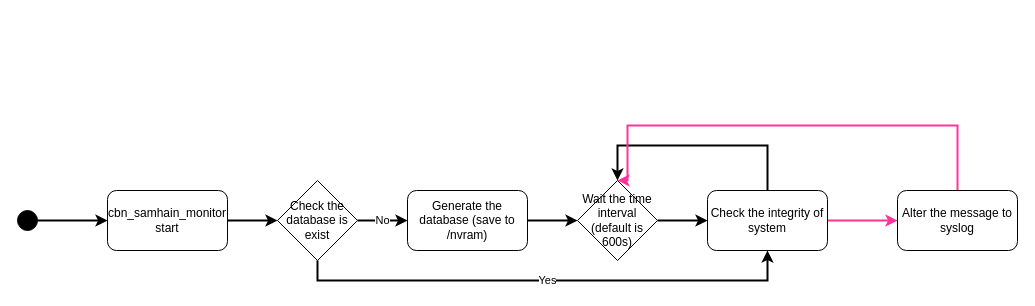
nelsonchung/drawio keeps this draw.io diagram as page "Samhain Monitor" (5 of 5) of GW7557.drawio. Above is the earlier version. Source tidied: cells renumbered, new cells numbered last; positions are measured from the earlier drawing's top-left corner, leaving out a move shared by most shapes. Both pictures are drawn from the tidied source at 100%, with x=0, y=0 at pixel (17, 125).
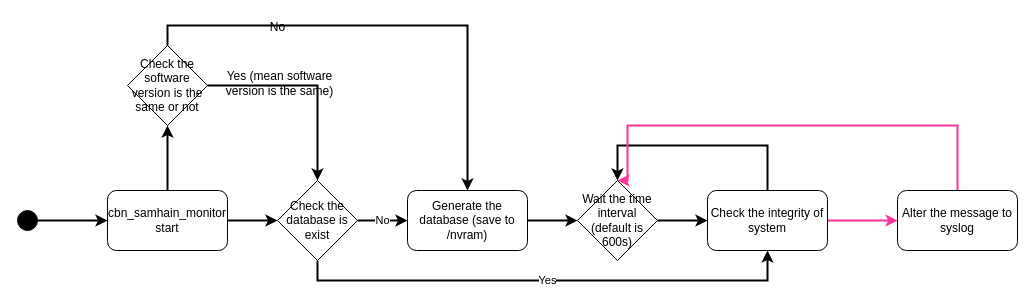
After the change.

The change refers to these unchanged cells:
```xml
<mxCell id="6" value="Check the database is exist" style="rhombus;whiteSpace=wrap;html=1;fillColor=none;align=center;" parent="1" vertex="1">
  <mxGeometry x="260" y="55" width="80" height="80" as="geometry" />
</mxCell>
<mxCell id="8" value="cbn_samhain_monitor&lt;br&gt;start" style="rounded=1;whiteSpace=wrap;html=1;fillColor=none;align=center;" parent="1" vertex="1">
  <mxGeometry x="90" y="65" width="120" height="60" as="geometry" />
</mxCell>
<mxCell id="10" value="Generate the database (save to /nvram)" style="rounded=1;whiteSpace=wrap;html=1;fillColor=none;align=center;" parent="1" vertex="1">
  <mxGeometry x="390" y="65" width="120" height="60" as="geometry" />
</mxCell>
```

Change to the diagram source:
```diff
@@
+    <mxCell id="18" style="edgeStyle=orthogonalEdgeStyle;rounded=0;jettySize=auto;html=1;exitX=0.5;exitY=0;exitDx=0;exitDy=0;entryX=0.5;entryY=1;entryDx=0;entryDy=0;startArrow=none;startFill=0;endArrow=classic;endFill=1;strokeColor=#000000;strokeWidth=2;" parent="1" edge="1" source="8" target="23">
+      <mxGeometry relative="1" as="geometry" />
+    </mxCell>
@@
+    <mxCell id="19" style="edgeStyle=orthogonalEdgeStyle;rounded=0;jettySize=auto;html=1;exitX=0.5;exitY=0;exitDx=0;exitDy=0;entryX=0.5;entryY=0;entryDx=0;entryDy=0;startArrow=none;startFill=0;endArrow=classic;endFill=1;strokeColor=#000000;strokeWidth=2;" parent="1" edge="1" source="23" target="10">
+      <mxGeometry relative="1" as="geometry" />
+    </mxCell>
+    <mxCell id="20" value="No" style="text;html=1;align=center;verticalAlign=middle;" parent="19" vertex="1">
+      <mxGeometry x="-0.47" y="-1" relative="1" as="geometry" />
+    </mxCell>
+    <mxCell id="21" style="edgeStyle=orthogonalEdgeStyle;rounded=0;jettySize=auto;html=1;exitX=1;exitY=0.5;exitDx=0;exitDy=0;entryX=0.5;entryY=0;entryDx=0;entryDy=0;startArrow=none;startFill=0;endArrow=classic;endFill=1;strokeColor=#000000;strokeWidth=2;" parent="1" edge="1" source="23" target="6">
+      <mxGeometry relative="1" as="geometry" />
+    </mxCell>
+    <mxCell id="22" value="Yes (mean software &lt;br&gt;version is the same)" style="text;html=1;align=center;verticalAlign=middle;" parent="21" vertex="1">
+      <mxGeometry x="-0.31" y="3" relative="1" as="geometry" />
+    </mxCell>
+    <mxCell id="23" value="Check the software version is the same or not" style="rhombus;whiteSpace=wrap;html=1;fillColor=none;align=center;" parent="1" vertex="1">
+      <mxGeometry x="110" y="-80" width="80" height="80" as="geometry" />
+    </mxCell>
```
